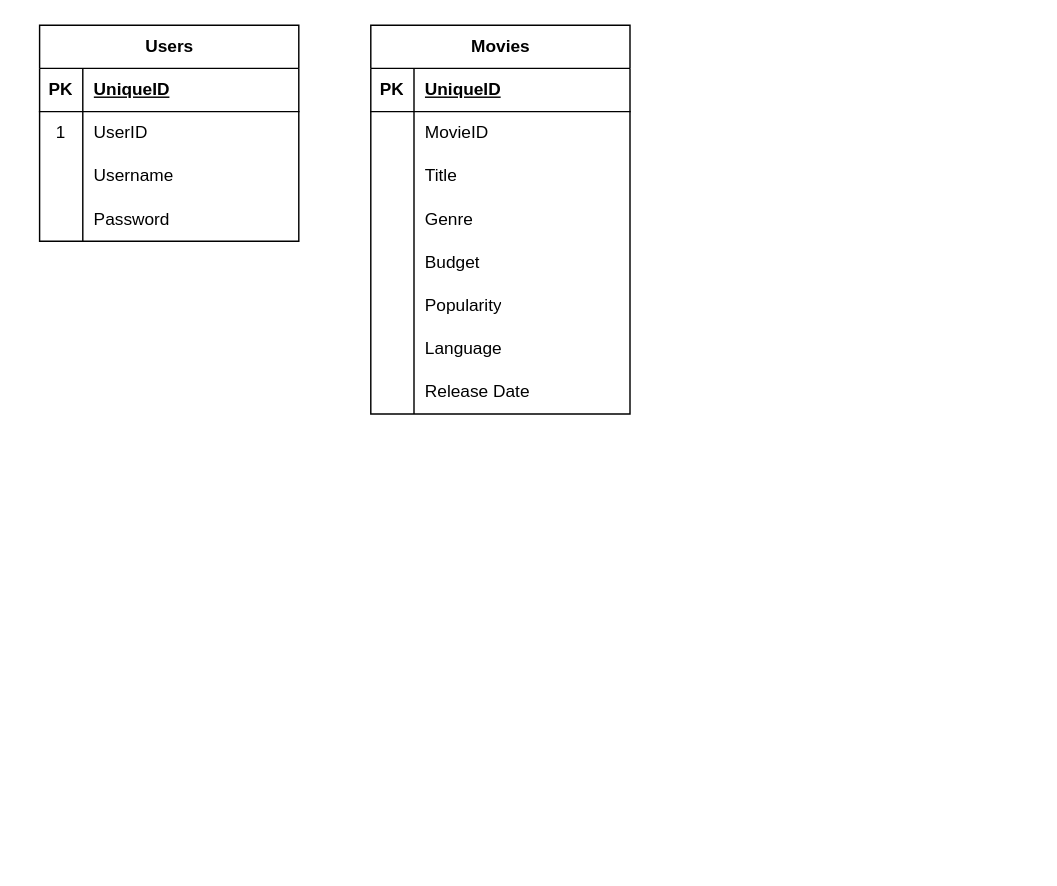
The draw.io diagram Untitled Diagram.drawio in DavinPU/NLP_Project, before the edit. Source tidied: cells renumbered, new cells numbered last; positions are measured from the earlier drawing's top-left corner, leaving out a move shared by most shapes. Both pictures are drawn from the tidied source at 144%, with x=0, y=0 at pixel (39, 24).
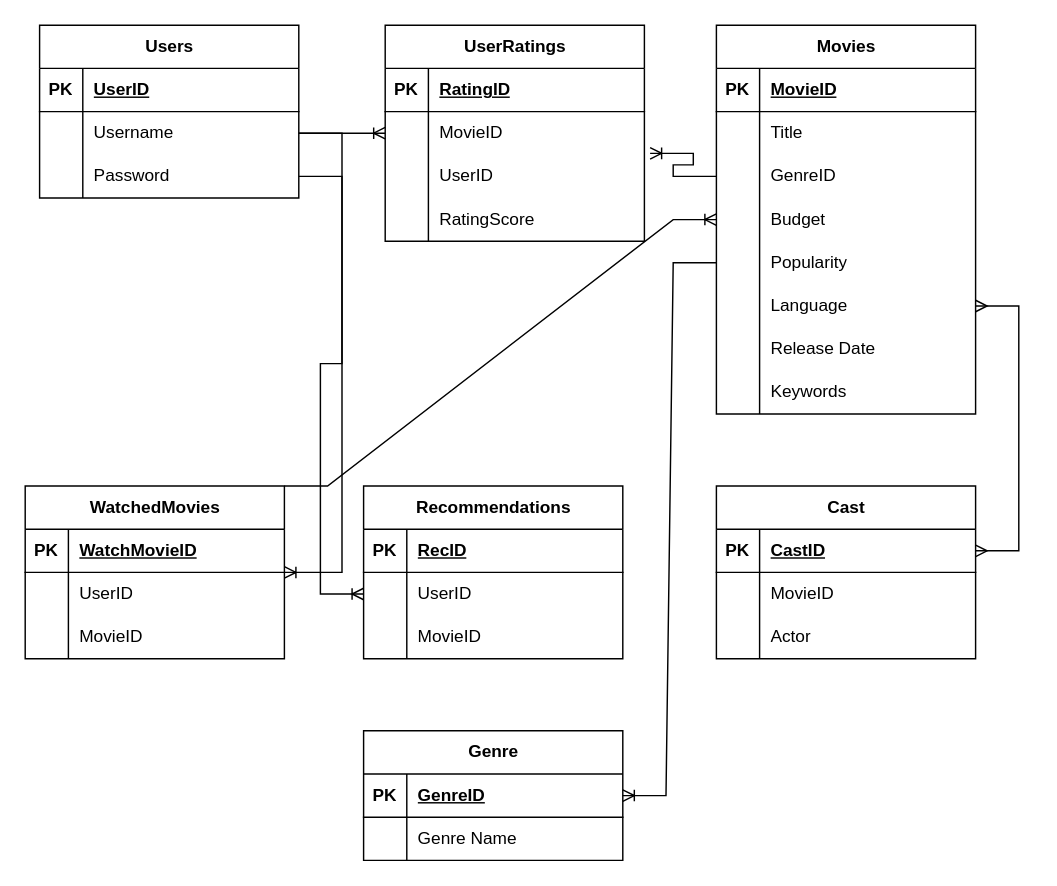
The same page after the edit.

Unchanged cells that the change refers to:
```xml
<mxCell id="3" style="shape=tableRow;horizontal=0;startSize=0;swimlaneHead=0;swimlaneBody=0;fillColor=none;top=0;left=0;right=0;bottom=1;" parent="2" vertex="1">
  <mxGeometry y="30" width="180" height="30" as="geometry" />
</mxCell>
<mxCell id="16" style="shape=tableRow;horizontal=0;startSize=0;swimlaneHead=0;swimlaneBody=0;fillColor=none;top=0;left=0;right=0;bottom=1;" parent="15" vertex="1">
  <mxGeometry y="30" width="180" height="30" as="geometry" />
</mxCell>
```

Change to the diagram source:
```diff
@@
     <mxCell id="2" value="Users" style="shape=table;startSize=30;childLayout=tableLayout;rowLines=0;fontStyle=1;align=center;html=1;" parent="1" vertex="1">
-      <mxGeometry width="180" height="150" as="geometry" />
+      <mxGeometry width="180" height="120" as="geometry" />
     </mxCell>
@@
-    <mxCell id="5" value="UniqueID" style="shape=partialRectangle;fillColor=none;top=0;left=0;bottom=0;right=0;align=left;spacingLeft=6;fontStyle=5;overflow=hidden;whiteSpace=wrap;html=1;" parent="3" vertex="1">
+    <mxCell id="5" value="UserID" style="shape=partialRectangle;fillColor=none;top=0;left=0;bottom=0;right=0;align=left;spacingLeft=6;fontStyle=5;overflow=hidden;whiteSpace=wrap;html=1;" parent="3" vertex="1">
       <mxGeometry x="30" width="150" height="30" as="geometry" />
     </mxCell>
-    <mxCell id="6" style="shape=tableRow;horizontal=0;startSize=0;swimlaneHead=0;swimlaneBody=0;fillColor=none;top=0;left=0;right=0;bottom=0;" parent="2" vertex="1">
-      <mxGeometry y="60" width="180" height="30" as="geometry" />
-    </mxCell>
-    <mxCell id="7" value="1" style="shape=partialRectangle;fillColor=none;top=0;left=0;bottom=0;right=0;overflow=hidden;whiteSpace=wrap;html=1;" parent="6" vertex="1">
-      <mxGeometry width="30" height="30" as="geometry" />
-    </mxCell>
-    <mxCell id="8" value="UserID" style="shape=partialRectangle;fillColor=none;top=0;left=0;bottom=0;right=0;align=left;spacingLeft=6;overflow=hidden;whiteSpace=wrap;html=1;" parent="6" vertex="1">
-      <mxGeometry x="30" width="150" height="30" as="geometry" />
-    </mxCell>
     <mxCell id="9" style="shape=tableRow;horizontal=0;startSize=0;swimlaneHead=0;swimlaneBody=0;fillColor=none;points=[[0,0.5],[1,0.5]];portConstraint=eastwest;top=0;left=0;right=0;bottom=0;" parent="2" vertex="1">
-      <mxGeometry y="90" width="180" height="30" as="geometry" />
+      <mxGeometry y="60" width="180" height="30" as="geometry" />
     </mxCell>
@@
     <mxCell id="12" style="shape=tableRow;horizontal=0;startSize=0;swimlaneHead=0;swimlaneBody=0;fillColor=none;points=[[0,0.5],[1,0.5]];portConstraint=eastwest;top=0;left=0;right=0;bottom=0;" parent="2" vertex="1">
-      <mxGeometry y="120" width="180" height="30" as="geometry" />
+      <mxGeometry y="90" width="180" height="30" as="geometry" />
     </mxCell>
@@
     <mxCell id="15" value="Movies" style="shape=table;startSize=30;childLayout=tableLayout;rowLines=0;fontStyle=1;align=center;html=1;" parent="1" vertex="1">
-      <mxGeometry x="230" width="180" height="270" as="geometry" />
+      <mxGeometry x="470" width="180" height="270" as="geometry" />
     </mxCell>
@@
-    <mxCell id="18" value="UniqueID" style="shape=partialRectangle;fillColor=none;top=0;left=0;bottom=0;right=0;align=left;spacingLeft=6;fontStyle=5;overflow=hidden;whiteSpace=wrap;html=1;" parent="16" vertex="1">
+    <mxCell id="18" value="MovieID" style="shape=partialRectangle;fillColor=none;top=0;left=0;bottom=0;right=0;align=left;spacingLeft=6;fontStyle=5;overflow=hidden;whiteSpace=wrap;html=1;" parent="16" vertex="1">
       <mxGeometry x="30" width="150" height="30" as="geometry" />
     </mxCell>
-    <mxCell id="19" style="shape=tableRow;horizontal=0;startSize=0;swimlaneHead=0;swimlaneBody=0;fillColor=none;top=0;left=0;right=0;bottom=0;" parent="15" vertex="1">
-      <mxGeometry y="60" width="180" height="30" as="geometry" />
-    </mxCell>
-    <mxCell id="20" style="shape=partialRectangle;fillColor=none;top=0;left=0;bottom=0;right=0;overflow=hidden;whiteSpace=wrap;html=1;" parent="19" vertex="1">
-      <mxGeometry width="30" height="30" as="geometry" />
-    </mxCell>
-    <mxCell id="21" value="MovieID" style="shape=partialRectangle;fillColor=none;top=0;left=0;bottom=0;right=0;align=left;spacingLeft=6;overflow=hidden;whiteSpace=wrap;html=1;" parent="19" vertex="1">
-      <mxGeometry x="30" width="150" height="30" as="geometry" />
-    </mxCell>
     <mxCell id="22" style="shape=tableRow;horizontal=0;startSize=0;swimlaneHead=0;swimlaneBody=0;fillColor=none;top=0;left=0;right=0;bottom=0;" parent="15" vertex="1">
-      <mxGeometry y="90" width="180" height="30" as="geometry" />
+      <mxGeometry y="60" width="180" height="30" as="geometry" />
     </mxCell>
@@
     <mxCell id="25" style="shape=tableRow;horizontal=0;startSize=0;swimlaneHead=0;swimlaneBody=0;fillColor=none;points=[[0,0.5],[1,0.5]];portConstraint=eastwest;top=0;left=0;right=0;bottom=0;" parent="15" vertex="1">
-      <mxGeometry y="120" width="180" height="30" as="geometry" />
+      <mxGeometry y="90" width="180" height="30" as="geometry" />
     </mxCell>
@@
-    <mxCell id="27" value="Genre" style="shape=partialRectangle;fillColor=none;top=0;left=0;bottom=0;right=0;align=left;spacingLeft=6;overflow=hidden;whiteSpace=wrap;html=1;" parent="25" vertex="1">
+    <mxCell id="27" value="GenreID" style="shape=partialRectangle;fillColor=none;top=0;left=0;bottom=0;right=0;align=left;spacingLeft=6;overflow=hidden;whiteSpace=wrap;html=1;" parent="25" vertex="1">
       <mxGeometry x="30" width="150" height="30" as="geometry" />
     </mxCell>
     <mxCell id="28" style="shape=tableRow;horizontal=0;startSize=0;swimlaneHead=0;swimlaneBody=0;fillColor=none;points=[[0,0.5],[1,0.5]];portConstraint=eastwest;top=0;left=0;right=0;bottom=0;" parent="15" vertex="1">
-      <mxGeometry y="150" width="180" height="30" as="geometry" />
+      <mxGeometry y="120" width="180" height="30" as="geometry" />
     </mxCell>
@@
     <mxCell id="31" style="shape=tableRow;horizontal=0;startSize=0;swimlaneHead=0;swimlaneBody=0;fillColor=none;points=[[0,0.5],[1,0.5]];portConstraint=eastwest;top=0;left=0;right=0;bottom=0;" parent="15" vertex="1">
-      <mxGeometry y="180" width="180" height="30" as="geometry" />
+      <mxGeometry y="150" width="180" height="30" as="geometry" />
     </mxCell>
@@
     <mxCell id="34" style="shape=tableRow;horizontal=0;startSize=0;swimlaneHead=0;swimlaneBody=0;fillColor=none;points=[[0,0.5],[1,0.5]];portConstraint=eastwest;top=0;left=0;right=0;bottom=0;" parent="15" vertex="1">
-      <mxGeometry y="210" width="180" height="30" as="geometry" />
+      <mxGeometry y="180" width="180" height="30" as="geometry" />
     </mxCell>
@@
     <mxCell id="37" style="shape=tableRow;horizontal=0;startSize=0;swimlaneHead=0;swimlaneBody=0;fillColor=none;top=0;left=0;right=0;bottom=0;" parent="15" vertex="1">
-      <mxGeometry y="240" width="180" height="30" as="geometry" />
+      <mxGeometry y="210" width="180" height="30" as="geometry" />
     </mxCell>
@@
+    <mxCell id="40" style="shape=tableRow;horizontal=0;startSize=0;swimlaneHead=0;swimlaneBody=0;fillColor=none;top=0;left=0;right=0;bottom=0;" parent="15" vertex="1">
+      <mxGeometry y="240" width="180" height="30" as="geometry" />
+    </mxCell>
+    <mxCell id="41" style="shape=partialRectangle;fillColor=none;top=0;left=0;bottom=0;right=0;overflow=hidden;whiteSpace=wrap;html=1;" parent="40" vertex="1">
+      <mxGeometry width="30" height="30" as="geometry" />
+    </mxCell>
+    <mxCell id="42" value="Keywords" style="shape=partialRectangle;fillColor=none;top=0;left=0;bottom=0;right=0;align=left;spacingLeft=6;overflow=hidden;whiteSpace=wrap;html=1;" parent="40" vertex="1">
+      <mxGeometry x="30" width="150" height="30" as="geometry" />
+    </mxCell>
+    <mxCell id="43" value="UserRatings" style="shape=table;startSize=30;childLayout=tableLayout;rowLines=0;fontStyle=1;align=center;html=1;" parent="1" vertex="1">
+      <mxGeometry x="240" width="180" height="150" as="geometry" />
+    </mxCell>
+    <mxCell id="44" style="shape=tableRow;horizontal=0;startSize=0;swimlaneHead=0;swimlaneBody=0;fillColor=none;top=0;left=0;right=0;bottom=1;" parent="43" vertex="1">
+      <mxGeometry y="30" width="180" height="30" as="geometry" />
+    </mxCell>
+    <mxCell id="45" value="PK" style="shape=partialRectangle;fillColor=none;top=0;left=0;bottom=0;right=0;fontStyle=1;overflow=hidden;whiteSpace=wrap;html=1;" parent="44" vertex="1">
+      <mxGeometry width="30" height="30" as="geometry" />
+    </mxCell>
+    <mxCell id="46" value="RatingID" style="shape=partialRectangle;fillColor=none;top=0;left=0;bottom=0;right=0;align=left;spacingLeft=6;fontStyle=5;overflow=hidden;whiteSpace=wrap;html=1;" parent="44" vertex="1">
+      <mxGeometry x="30" width="150" height="30" as="geometry" />
+    </mxCell>
+    <mxCell id="47" style="shape=tableRow;horizontal=0;startSize=0;swimlaneHead=0;swimlaneBody=0;fillColor=none;points=[[0,0.5],[1,0.5]];portConstraint=eastwest;top=0;left=0;right=0;bottom=0;" parent="43" vertex="1">
+      <mxGeometry y="60" width="180" height="30" as="geometry" />
+    </mxCell>
+    <mxCell id="48" style="shape=partialRectangle;fillColor=none;top=0;left=0;bottom=0;right=0;overflow=hidden;whiteSpace=wrap;html=1;" parent="47" vertex="1">
+      <mxGeometry width="30" height="30" as="geometry" />
+    </mxCell>
+    <mxCell id="49" value="MovieID" style="shape=partialRectangle;fillColor=none;top=0;left=0;bottom=0;right=0;align=left;spacingLeft=6;overflow=hidden;whiteSpace=wrap;html=1;" parent="47" vertex="1">
+      <mxGeometry x="30" width="150" height="30" as="geometry" />
+    </mxCell>
+    <mxCell id="50" style="shape=tableRow;horizontal=0;startSize=0;swimlaneHead=0;swimlaneBody=0;fillColor=none;points=[[0,0.5],[1,0.5]];portConstraint=eastwest;top=0;left=0;right=0;bottom=0;" parent="43" vertex="1">
+      <mxGeometry y="90" width="180" height="30" as="geometry" />
+    </mxCell>
+    <mxCell id="51" style="shape=partialRectangle;fillColor=none;top=0;left=0;bottom=0;right=0;overflow=hidden;whiteSpace=wrap;html=1;" parent="50" vertex="1">
+      <mxGeometry width="30" height="30" as="geometry" />
+    </mxCell>
+    <mxCell id="52" value="UserID" style="shape=partialRectangle;fillColor=none;top=0;left=0;bottom=0;right=0;align=left;spacingLeft=6;overflow=hidden;whiteSpace=wrap;html=1;" parent="50" vertex="1">
+      <mxGeometry x="30" width="150" height="30" as="geometry" />
+    </mxCell>
+    <mxCell id="53" style="shape=tableRow;horizontal=0;startSize=0;swimlaneHead=0;swimlaneBody=0;fillColor=none;top=0;left=0;right=0;bottom=0;" parent="43" vertex="1">
+      <mxGeometry y="120" width="180" height="30" as="geometry" />
+    </mxCell>
+    <mxCell id="54" style="shape=partialRectangle;fillColor=none;top=0;left=0;bottom=0;right=0;overflow=hidden;whiteSpace=wrap;html=1;" parent="53" vertex="1">
+      <mxGeometry width="30" height="30" as="geometry" />
+    </mxCell>
+    <mxCell id="55" value="RatingScore" style="shape=partialRectangle;fillColor=none;top=0;left=0;bottom=0;right=0;align=left;spacingLeft=6;overflow=hidden;whiteSpace=wrap;html=1;" parent="53" vertex="1">
+      <mxGeometry x="30" width="150" height="30" as="geometry" />
+    </mxCell>
+    <mxCell id="56" value="WatchedMovies" style="shape=table;startSize=30;childLayout=tableLayout;rowLines=0;fontStyle=1;align=center;html=1;" parent="1" vertex="1">
+      <mxGeometry x="-10" y="320" width="180" height="120" as="geometry" />
+    </mxCell>
+    <mxCell id="57" style="shape=tableRow;horizontal=0;startSize=0;swimlaneHead=0;swimlaneBody=0;fillColor=none;top=0;left=0;right=0;bottom=1;" parent="56" vertex="1">
+      <mxGeometry y="30" width="180" height="30" as="geometry" />
+    </mxCell>
+    <mxCell id="58" value="PK" style="shape=partialRectangle;fillColor=none;top=0;left=0;bottom=0;right=0;fontStyle=1;overflow=hidden;whiteSpace=wrap;html=1;" parent="57" vertex="1">
+      <mxGeometry width="30" height="30" as="geometry" />
+    </mxCell>
+    <mxCell id="59" value="WatchMovieID" style="shape=partialRectangle;fillColor=none;top=0;left=0;bottom=0;right=0;align=left;spacingLeft=6;fontStyle=5;overflow=hidden;whiteSpace=wrap;html=1;" parent="57" vertex="1">
+      <mxGeometry x="30" width="150" height="30" as="geometry" />
+    </mxCell>
+    <mxCell id="60" style="shape=tableRow;horizontal=0;startSize=0;swimlaneHead=0;swimlaneBody=0;fillColor=none;top=0;left=0;right=0;bottom=0;" parent="56" vertex="1">
+      <mxGeometry y="60" width="180" height="30" as="geometry" />
+    </mxCell>
+    <mxCell id="61" style="shape=partialRectangle;fillColor=none;top=0;left=0;bottom=0;right=0;overflow=hidden;whiteSpace=wrap;html=1;" parent="60" vertex="1">
+      <mxGeometry width="30" height="30" as="geometry" />
+    </mxCell>
+    <mxCell id="62" value="UserID" style="shape=partialRectangle;fillColor=none;top=0;left=0;bottom=0;right=0;align=left;spacingLeft=6;overflow=hidden;whiteSpace=wrap;html=1;" parent="60" vertex="1">
+      <mxGeometry x="30" width="150" height="30" as="geometry" />
+    </mxCell>
+    <mxCell id="63" style="shape=tableRow;horizontal=0;startSize=0;swimlaneHead=0;swimlaneBody=0;fillColor=none;top=0;left=0;right=0;bottom=0;" parent="56" vertex="1">
+      <mxGeometry y="90" width="180" height="30" as="geometry" />
+    </mxCell>
+    <mxCell id="64" style="shape=partialRectangle;fillColor=none;top=0;left=0;bottom=0;right=0;overflow=hidden;whiteSpace=wrap;html=1;" parent="63" vertex="1">
+      <mxGeometry width="30" height="30" as="geometry" />
+    </mxCell>
+    <mxCell id="65" value="MovieID" style="shape=partialRectangle;fillColor=none;top=0;left=0;bottom=0;right=0;align=left;spacingLeft=6;overflow=hidden;whiteSpace=wrap;html=1;" parent="63" vertex="1">
+      <mxGeometry x="30" width="150" height="30" as="geometry" />
+    </mxCell>
+    <mxCell id="66" value="Recommendations" style="shape=table;startSize=30;childLayout=tableLayout;rowLines=0;fontStyle=1;align=center;html=1;" parent="1" vertex="1">
+      <mxGeometry x="225" y="320" width="180" height="120" as="geometry" />
+    </mxCell>
+    <mxCell id="67" style="shape=tableRow;horizontal=0;startSize=0;swimlaneHead=0;swimlaneBody=0;fillColor=none;top=0;left=0;right=0;bottom=1;" parent="66" vertex="1">
+      <mxGeometry y="30" width="180" height="30" as="geometry" />
+    </mxCell>
+    <mxCell id="68" value="PK" style="shape=partialRectangle;fillColor=none;top=0;left=0;bottom=0;right=0;fontStyle=1;overflow=hidden;whiteSpace=wrap;html=1;" parent="67" vertex="1">
+      <mxGeometry width="30" height="30" as="geometry" />
+    </mxCell>
+    <mxCell id="69" value="RecID" style="shape=partialRectangle;fillColor=none;top=0;left=0;bottom=0;right=0;align=left;spacingLeft=6;fontStyle=5;overflow=hidden;whiteSpace=wrap;html=1;" parent="67" vertex="1">
+      <mxGeometry x="30" width="150" height="30" as="geometry" />
+    </mxCell>
+    <mxCell id="70" style="shape=tableRow;horizontal=0;startSize=0;swimlaneHead=0;swimlaneBody=0;fillColor=none;points=[[0,0.5],[1,0.5]];portConstraint=eastwest;top=0;left=0;right=0;bottom=0;" parent="66" vertex="1">
+      <mxGeometry y="60" width="180" height="30" as="geometry" />
+    </mxCell>
+    <mxCell id="71" style="shape=partialRectangle;fillColor=none;top=0;left=0;bottom=0;right=0;overflow=hidden;whiteSpace=wrap;html=1;" parent="70" vertex="1">
+      <mxGeometry width="30" height="30" as="geometry" />
+    </mxCell>
+    <mxCell id="72" value="UserID" style="shape=partialRectangle;fillColor=none;top=0;left=0;bottom=0;right=0;align=left;spacingLeft=6;overflow=hidden;whiteSpace=wrap;html=1;" parent="70" vertex="1">
+      <mxGeometry x="30" width="150" height="30" as="geometry" />
+    </mxCell>
+    <mxCell id="73" style="shape=tableRow;horizontal=0;startSize=0;swimlaneHead=0;swimlaneBody=0;fillColor=none;top=0;left=0;right=0;bottom=0;" parent="66" vertex="1">
+      <mxGeometry y="90" width="180" height="30" as="geometry" />
+    </mxCell>
+    <mxCell id="74" style="shape=partialRectangle;fillColor=none;top=0;left=0;bottom=0;right=0;overflow=hidden;whiteSpace=wrap;html=1;" parent="73" vertex="1">
+      <mxGeometry width="30" height="30" as="geometry" />
+    </mxCell>
+    <mxCell id="75" value="MovieID" style="shape=partialRectangle;fillColor=none;top=0;left=0;bottom=0;right=0;align=left;spacingLeft=6;overflow=hidden;whiteSpace=wrap;html=1;" parent="73" vertex="1">
+      <mxGeometry x="30" width="150" height="30" as="geometry" />
+    </mxCell>
+    <mxCell id="76" value="Cast" style="shape=table;startSize=30;childLayout=tableLayout;rowLines=0;fontStyle=1;align=center;html=1;" parent="1" vertex="1">
+      <mxGeometry x="470" y="320" width="180" height="120" as="geometry" />
+    </mxCell>
+    <mxCell id="77" style="shape=tableRow;horizontal=0;startSize=0;swimlaneHead=0;swimlaneBody=0;fillColor=none;points=[[0,0.5],[1,0.5]];portConstraint=eastwest;top=0;left=0;right=0;bottom=1;" parent="76" vertex="1">
+      <mxGeometry y="30" width="180" height="30" as="geometry" />
+    </mxCell>
+    <mxCell id="78" value="PK" style="shape=partialRectangle;fillColor=none;top=0;left=0;bottom=0;right=0;fontStyle=1;overflow=hidden;whiteSpace=wrap;html=1;" parent="77" vertex="1">
+      <mxGeometry width="30" height="30" as="geometry" />
+    </mxCell>
+    <mxCell id="79" value="CastID" style="shape=partialRectangle;fillColor=none;top=0;left=0;bottom=0;right=0;align=left;spacingLeft=6;fontStyle=5;overflow=hidden;whiteSpace=wrap;html=1;" parent="77" vertex="1">
+      <mxGeometry x="30" width="150" height="30" as="geometry" />
+    </mxCell>
+    <mxCell id="80" style="shape=tableRow;horizontal=0;startSize=0;swimlaneHead=0;swimlaneBody=0;fillColor=none;top=0;left=0;right=0;bottom=0;" parent="76" vertex="1">
+      <mxGeometry y="60" width="180" height="30" as="geometry" />
+    </mxCell>
+    <mxCell id="81" style="shape=partialRectangle;fillColor=none;top=0;left=0;bottom=0;right=0;overflow=hidden;whiteSpace=wrap;html=1;" parent="80" vertex="1">
+      <mxGeometry width="30" height="30" as="geometry" />
+    </mxCell>
+    <mxCell id="82" value="MovieID" style="shape=partialRectangle;fillColor=none;top=0;left=0;bottom=0;right=0;align=left;spacingLeft=6;overflow=hidden;whiteSpace=wrap;html=1;" parent="80" vertex="1">
+      <mxGeometry x="30" width="150" height="30" as="geometry" />
+    </mxCell>
+    <mxCell id="83" style="shape=tableRow;horizontal=0;startSize=0;swimlaneHead=0;swimlaneBody=0;fillColor=none;top=0;left=0;right=0;bottom=0;" parent="76" vertex="1">
+      <mxGeometry y="90" width="180" height="30" as="geometry" />
+    </mxCell>
+    <mxCell id="84" style="shape=partialRectangle;fillColor=none;top=0;left=0;bottom=0;right=0;overflow=hidden;whiteSpace=wrap;html=1;" parent="83" vertex="1">
+      <mxGeometry width="30" height="30" as="geometry" />
+    </mxCell>
+    <mxCell id="85" value="Actor" style="shape=partialRectangle;fillColor=none;top=0;left=0;bottom=0;right=0;align=left;spacingLeft=6;overflow=hidden;whiteSpace=wrap;html=1;" parent="83" vertex="1">
+      <mxGeometry x="30" width="150" height="30" as="geometry" />
+    </mxCell>
+    <mxCell id="86" style="edgeStyle=entityRelationEdgeStyle;fontSize=12;html=1;endArrow=ERoneToMany;rounded=0;exitX=1;exitY=0.5;exitDx=0;exitDy=0;entryX=0;entryY=0.5;entryDx=0;entryDy=0;" parent="1" edge="1" source="9" target="47">
+      <mxGeometry relative="1" as="geometry" />
+    </mxCell>
+    <mxCell id="87" style="edgeStyle=entityRelationEdgeStyle;fontSize=12;html=1;endArrow=ERoneToMany;rounded=0;" parent="1" edge="1" source="12" target="56">
+      <mxGeometry relative="1" as="geometry" />
+    </mxCell>
+    <mxCell id="88" style="edgeStyle=entityRelationEdgeStyle;fontSize=12;html=1;endArrow=ERoneToMany;rounded=0;entryX=1.022;entryY=-0.033;entryDx=0;entryDy=0;entryPerimeter=0;" parent="1" edge="1" source="25" target="50">
+      <mxGeometry relative="1" as="geometry" />
+    </mxCell>
+    <mxCell id="89" style="edgeStyle=entityRelationEdgeStyle;fontSize=12;html=1;endArrow=ERoneToMany;rounded=0;exitX=1;exitY=0;exitDx=0;exitDy=0;" parent="1" edge="1" source="56" target="28">
+      <mxGeometry relative="1" as="geometry" />
+    </mxCell>
+    <mxCell id="90" value="Genre" style="shape=table;startSize=30;childLayout=tableLayout;rowLines=0;fontStyle=1;align=center;html=1;" parent="1" vertex="1">
+      <mxGeometry x="225" y="490" width="180" height="90" as="geometry" />
+    </mxCell>
+    <mxCell id="91" style="shape=tableRow;horizontal=0;startSize=0;swimlaneHead=0;swimlaneBody=0;fillColor=none;points=[[0,0.5],[1,0.5]];portConstraint=eastwest;top=0;left=0;right=0;bottom=1;" parent="90" vertex="1">
+      <mxGeometry y="30" width="180" height="30" as="geometry" />
+    </mxCell>
+    <mxCell id="92" value="PK" style="shape=partialRectangle;fillColor=none;top=0;left=0;bottom=0;right=0;fontStyle=1;overflow=hidden;whiteSpace=wrap;html=1;" parent="91" vertex="1">
+      <mxGeometry width="30" height="30" as="geometry" />
+    </mxCell>
+    <mxCell id="93" value="GenreID" style="shape=partialRectangle;fillColor=none;top=0;left=0;bottom=0;right=0;align=left;spacingLeft=6;fontStyle=5;overflow=hidden;whiteSpace=wrap;html=1;" parent="91" vertex="1">
+      <mxGeometry x="30" width="150" height="30" as="geometry" />
+    </mxCell>
+    <mxCell id="94" style="shape=tableRow;horizontal=0;startSize=0;swimlaneHead=0;swimlaneBody=0;fillColor=none;top=0;left=0;right=0;bottom=0;" parent="90" vertex="1">
+      <mxGeometry y="60" width="180" height="30" as="geometry" />
+    </mxCell>
+    <mxCell id="95" style="shape=partialRectangle;fillColor=none;top=0;left=0;bottom=0;right=0;overflow=hidden;whiteSpace=wrap;html=1;" parent="94" vertex="1">
+      <mxGeometry width="30" height="30" as="geometry" />
+    </mxCell>
+    <mxCell id="96" value="Genre Name" style="shape=partialRectangle;fillColor=none;top=0;left=0;bottom=0;right=0;align=left;spacingLeft=6;overflow=hidden;whiteSpace=wrap;html=1;" parent="94" vertex="1">
+      <mxGeometry x="30" width="150" height="30" as="geometry" />
+    </mxCell>
+    <mxCell id="97" style="edgeStyle=entityRelationEdgeStyle;fontSize=12;html=1;endArrow=ERoneToMany;rounded=0;entryX=1;entryY=0.5;entryDx=0;entryDy=0;" parent="1" edge="1" source="31" target="91">
+      <mxGeometry relative="1" as="geometry" />
+    </mxCell>
+    <mxCell id="98" style="edgeStyle=entityRelationEdgeStyle;fontSize=12;html=1;endArrow=ERoneToMany;rounded=0;" parent="1" edge="1" source="9" target="70">
+      <mxGeometry relative="1" as="geometry" />
+    </mxCell>
+    <mxCell id="99" style="edgeStyle=entityRelationEdgeStyle;fontSize=12;html=1;endArrow=ERmany;startArrow=ERmany;rounded=0;" parent="1" edge="1" source="77" target="34">
+      <mxGeometry relative="1" as="geometry" />
+    </mxCell>
```
